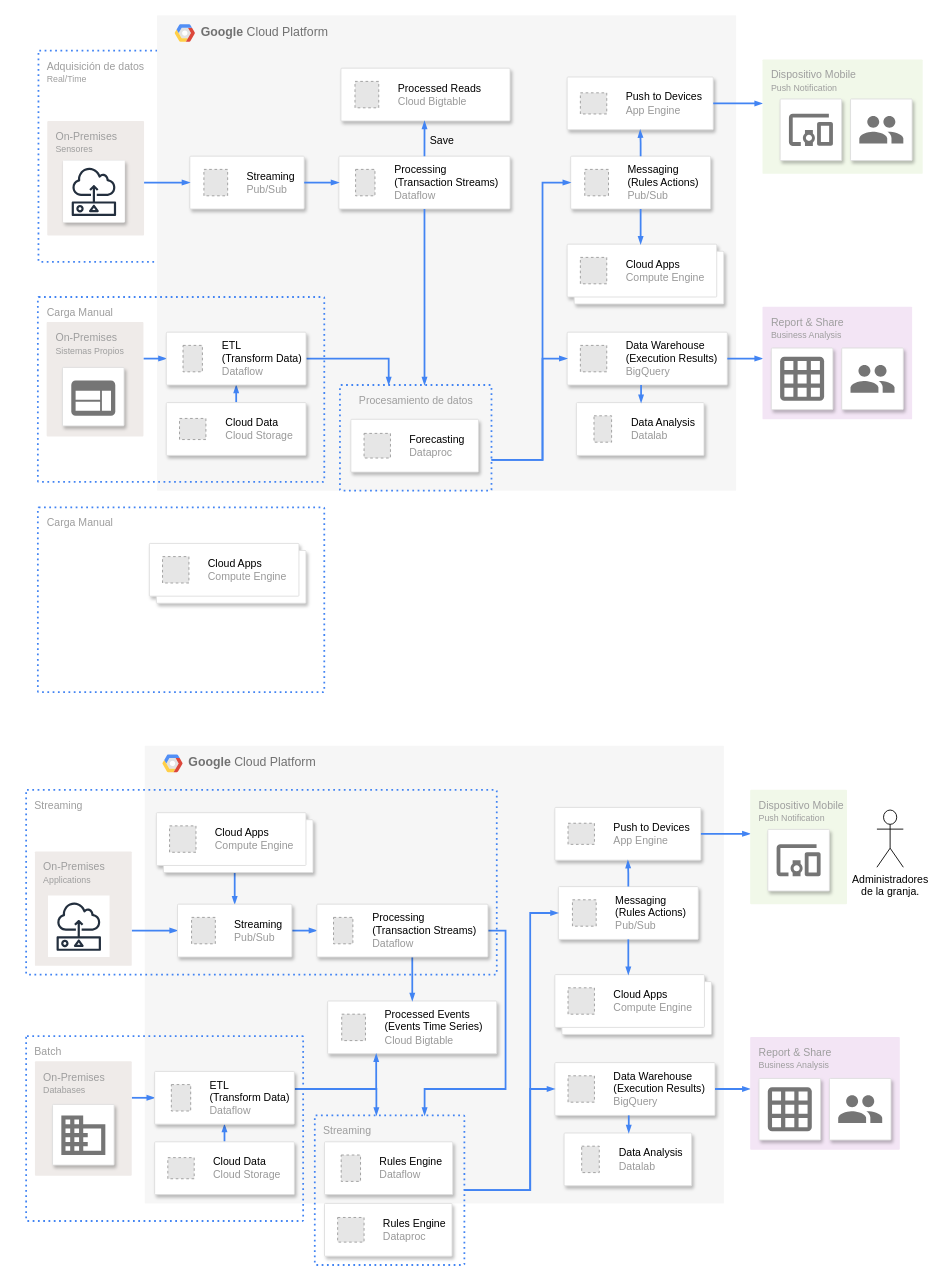
Above: Architecture.drawio in andresRah/agrofarmpi-site (draw.io), before the change. Source tidied: cells renumbered, new cells numbered last; positions are measured from the earlier drawing's top-left corner, leaving out a move shared by most shapes. Both pictures are drawn from the tidied source at 88%, with x=0, y=0 at pixel (26, 15). Pictures stored in the file or linked from it are replaced by grey dashed boxes.
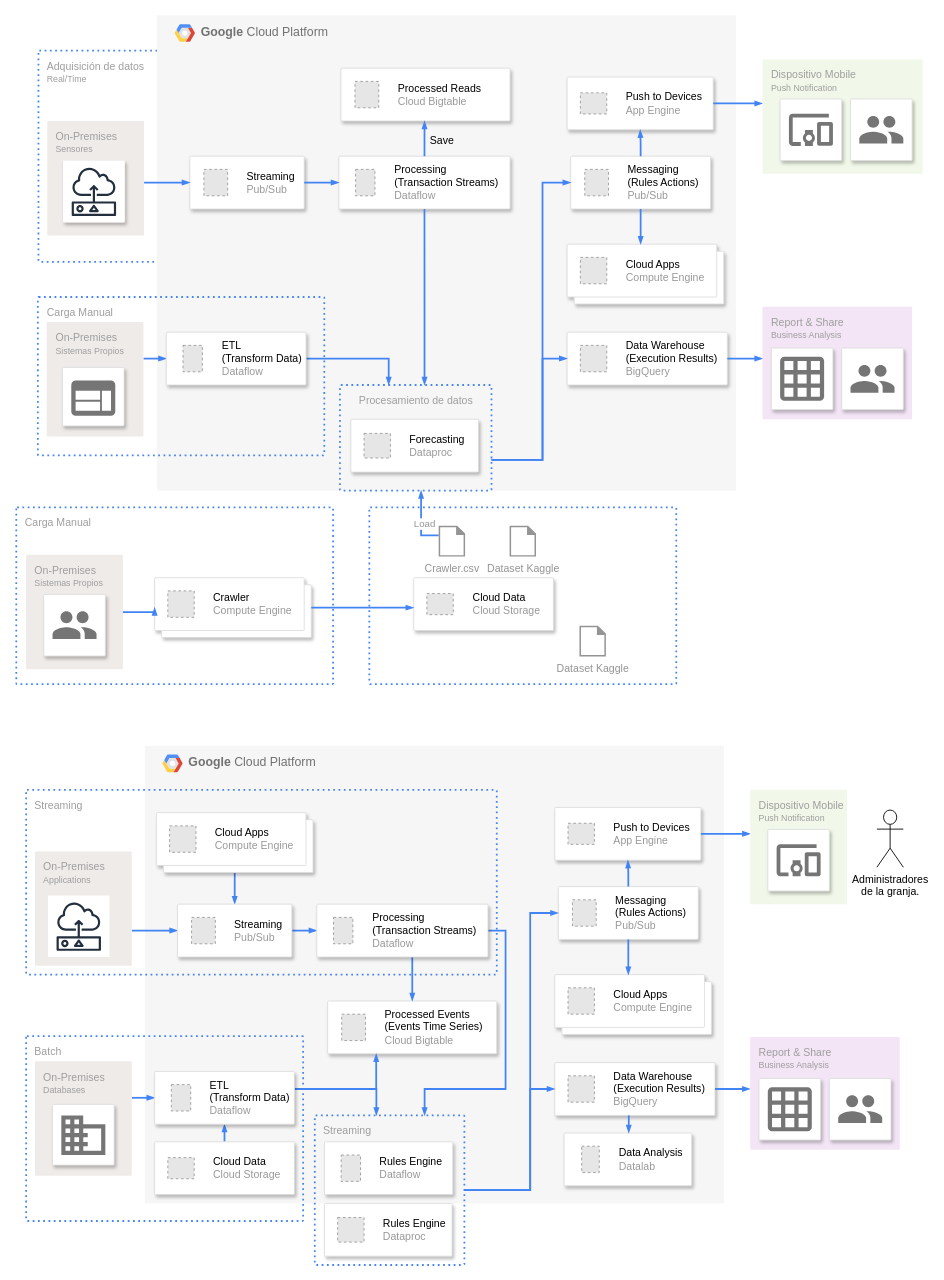
The same page after the edit.

Unchanged cells that the change refers to:
```xml
<mxCell id="4" value="&lt;b&gt;Google &lt;/b&gt;Cloud Platform" style="fillColor=#F6F6F6;strokeColor=none;shadow=0;gradientColor=none;fontSize=14;align=left;spacing=10;fontColor=#717171;9E9E9E;verticalAlign=top;spacingTop=-4;fontStyle=0;spacingLeft=40;html=1;" parent="1" vertex="1">
  <mxGeometry x="149" width="658" height="540" as="geometry" />
</mxCell>
<mxCell id="16" style="strokeColor=#dddddd;shadow=1;strokeWidth=1;rounded=1;absoluteArcSize=1;arcSize=2;" parent="4" vertex="1">
  <mxGeometry x="466" y="360" width="182" height="60" as="geometry" />
</mxCell>
<mxCell id="53" style="strokeColor=#dddddd;shadow=1;strokeWidth=1;rounded=1;absoluteArcSize=1;arcSize=2;" parent="1" vertex="1">
  <mxGeometry x="159.5" y="360" width="158.8" height="60" as="geometry" />
</mxCell>
```

The edit, as a diff of the source:
```diff
@@
+    <mxCell id="125" style="rounded=1;absoluteArcSize=1;arcSize=2;html=1;strokeColor=#4284F3;gradientColor=none;shadow=0;dashed=1;fontSize=12;fontColor=#9E9E9E;align=left;verticalAlign=top;spacing=10;spacingTop=-4;fillColor=none;dashPattern=1 2;strokeWidth=2;" parent="1" vertex="1">
+      <mxGeometry x="390.2" y="559" width="348.8" height="201" as="geometry" />
+    </mxCell>
     <mxCell id="2" value="Carga Manual" style="rounded=1;absoluteArcSize=1;arcSize=2;html=1;strokeColor=#4284F3;gradientColor=none;shadow=0;dashed=1;fontSize=12;fontColor=#9E9E9E;align=left;verticalAlign=top;spacing=10;spacingTop=-4;fillColor=none;dashPattern=1 2;strokeWidth=2;" parent="1" vertex="1">
-      <mxGeometry x="13.5" y="559" width="325.5" height="210" as="geometry" />
+      <mxGeometry x="-11" y="559" width="360" height="201" as="geometry" />
     </mxCell>
@@
-    <mxCell id="18" style="strokeColor=#dddddd;shadow=1;strokeWidth=1;rounded=1;absoluteArcSize=1;arcSize=2;" parent="4" vertex="1">
-      <mxGeometry x="476.5" y="440" width="145" height="60" as="geometry" />
-    </mxCell>
-    <mxCell id="19" value="&lt;font color=&quot;#000000&quot;&gt;Data Analysis&lt;/font&gt;&lt;br&gt;Datalab" style="fillColor=#E6E6E6;strokeColor=#999999;dashed=1;html=1;fontColor=#999999;verticalLabelPosition=middle;verticalAlign=middle;labelPosition=right;align=left;spacingLeft=20;" parent="18" vertex="1">
-      <mxGeometry width="20" height="30" relative="1" as="geometry">
-        <mxPoint x="20" y="15" as="offset" />
-      </mxGeometry>
-    </mxCell>
-    <mxCell id="20" style="edgeStyle=orthogonalEdgeStyle;rounded=0;html=1;dashed=0;labelBackgroundColor=none;startArrow=none;startFill=0;startSize=4;endArrow=blockThin;endFill=1;endSize=4;strokeColor=#4284F3;strokeWidth=2;fontSize=12;" parent="4" edge="1" source="16" target="18">
-      <mxGeometry relative="1" as="geometry">
-        <Array as="points">
-          <mxPoint x="550" y="430" />
-          <mxPoint x="550" y="430" />
-        </Array>
-      </mxGeometry>
-    </mxCell>
@@
     <mxCell id="36" value="Carga Manual" style="rounded=1;absoluteArcSize=1;arcSize=2;html=1;strokeColor=#4284F3;gradientColor=none;shadow=0;dashed=1;fontSize=12;fontColor=#9E9E9E;align=left;verticalAlign=top;spacing=10;spacingTop=-4;fillColor=none;dashPattern=1 2;strokeWidth=2;" parent="1" vertex="1">
-      <mxGeometry x="13.5" y="320" width="325.5" height="210" as="geometry" />
+      <mxGeometry x="13.5" y="320" width="325.5" height="180" as="geometry" />
     </mxCell>
@@
-    <mxCell id="40" style="edgeStyle=orthogonalEdgeStyle;rounded=0;html=1;dashed=0;labelBackgroundColor=none;startArrow=none;startFill=0;startSize=4;endArrow=blockThin;endFill=1;endSize=4;strokeColor=#4284F3;strokeWidth=2;fontSize=12;" parent="1" edge="1" source="51" target="53">
-      <mxGeometry relative="1" as="geometry" />
+    <mxCell id="40" style="edgeStyle=orthogonalEdgeStyle;rounded=0;html=1;dashed=0;labelBackgroundColor=none;startArrow=none;startFill=0;startSize=4;endArrow=blockThin;endFill=1;endSize=4;strokeColor=#4284F3;strokeWidth=2;fontSize=12;" parent="1" edge="1" source="134">
+      <mxGeometry relative="1" as="geometry">
+        <mxPoint x="449" y="540" as="targetPoint" />
+        <Array as="points">
+          <mxPoint x="449" y="591" />
+          <mxPoint x="449" y="540" />
+        </Array>
+      </mxGeometry>
     </mxCell>
+    <mxCell id="126" value="&lt;font color=&quot;#959595&quot;&gt;Load&lt;/font&gt;" style="edgeLabel;html=1;align=center;verticalAlign=middle;" parent="40" vertex="1">
+      <mxGeometry x="-0.05" y="-2" relative="1" as="geometry">
+        <mxPoint x="1" as="offset" />
+      </mxGeometry>
+    </mxCell>
@@
-    <mxCell id="51" style="strokeColor=#dddddd;shadow=1;strokeWidth=1;rounded=1;absoluteArcSize=1;arcSize=2;" parent="1" vertex="1">
-      <mxGeometry x="159.5" y="440" width="158.8" height="60" as="geometry" />
-    </mxCell>
-    <mxCell id="52" value="&lt;font color=&quot;#000000&quot;&gt;Cloud Data&lt;/font&gt;&lt;br&gt;Cloud Storage" style="fillColor=#E6E6E6;strokeColor=#999999;dashed=1;html=1;fontColor=#999999;verticalLabelPosition=middle;verticalAlign=middle;labelPosition=right;align=left;spacingLeft=20;" parent="51" vertex="1">
-      <mxGeometry width="30" height="24" relative="1" as="geometry">
-        <mxPoint x="15" y="18" as="offset" />
-      </mxGeometry>
-    </mxCell>
@@
     <mxCell id="123" style="shape=mxgraph.gcp2.doubleRect;strokeColor=#dddddd;shadow=1;strokeWidth=1;rounded=1;absoluteArcSize=1;arcSize=2;" parent="1" vertex="1">
-      <mxGeometry x="140.2" y="600" width="178" height="68" as="geometry" />
+      <mxGeometry x="146.2" y="639" width="178" height="68" as="geometry" />
     </mxCell>
-    <mxCell id="124" value="&lt;font color=&quot;#000000&quot;&gt;Cloud Apps&lt;/font&gt;&lt;br&gt;Compute Engine" style="fillColor=#E6E6E6;strokeColor=#999999;dashed=1;html=1;fontColor=#999999;verticalLabelPosition=middle;verticalAlign=middle;labelPosition=right;align=left;spacingLeft=20;" parent="123" vertex="1">
+    <mxCell id="124" value="&lt;font color=&quot;#000000&quot;&gt;Crawler&lt;/font&gt;&lt;br&gt;Compute Engine" style="fillColor=#E6E6E6;strokeColor=#999999;dashed=1;html=1;fontColor=#999999;verticalLabelPosition=middle;verticalAlign=middle;labelPosition=right;align=left;spacingLeft=20;" parent="123" vertex="1">
       <mxGeometry width="30" height="30" relative="1" as="geometry">
         <mxPoint x="15" y="15" as="offset" />
       </mxGeometry>
     </mxCell>
+    <mxCell id="51" style="strokeColor=#dddddd;shadow=1;strokeWidth=1;rounded=1;absoluteArcSize=1;arcSize=2;" parent="1" vertex="1">
+      <mxGeometry x="440.6" y="639" width="158.8" height="60" as="geometry" />
+    </mxCell>
+    <mxCell id="52" value="&lt;font color=&quot;#000000&quot;&gt;Cloud Data&lt;/font&gt;&lt;br&gt;Cloud Storage" style="fillColor=#E6E6E6;strokeColor=#999999;dashed=1;html=1;fontColor=#999999;verticalLabelPosition=middle;verticalAlign=middle;labelPosition=right;align=left;spacingLeft=20;" parent="51" vertex="1">
+      <mxGeometry width="30" height="24" relative="1" as="geometry">
+        <mxPoint x="15" y="18" as="offset" />
+      </mxGeometry>
+    </mxCell>
+    <mxCell id="127" style="group;" parent="1" vertex="1">
+      <mxGeometry x="0.2" y="608" width="110" height="130" as="geometry" />
+    </mxCell>
+    <mxCell id="128" value="On-Premises&lt;br&gt;&lt;font style=&quot;font-size: 10px&quot;&gt;Sistemas Propios&lt;/font&gt;" style="rounded=1;absoluteArcSize=1;arcSize=2;html=1;strokeColor=none;gradientColor=none;shadow=0;dashed=0;fontSize=12;fontColor=#9E9E9E;align=left;verticalAlign=top;spacing=10;spacingTop=-4;fillColor=#EFEBE9;" parent="127" vertex="1">
+      <mxGeometry y="5" width="110" height="130" as="geometry" />
+    </mxCell>
+    <mxCell id="129" style="strokeColor=#dddddd;fillColor=#ffffff;shadow=1;strokeWidth=1;rounded=1;absoluteArcSize=1;arcSize=2;labelPosition=center;verticalLabelPosition=middle;align=center;verticalAlign=bottom;spacingLeft=0;fontColor=#999999;fontSize=12;whiteSpace=wrap;spacingBottom=2;html=1;" parent="127" vertex="1">
+      <mxGeometry x="20" y="50" width="70" height="70" as="geometry" />
+    </mxCell>
+    <mxCell id="130" style="dashed=0;html=1;fillColor=#757575;strokeColor=none;shape=mxgraph.gcp2.users;" parent="129" vertex="1">
+      <mxGeometry x="0.5" width="50" height="31.5" relative="1" as="geometry">
+        <mxPoint x="-25" y="19.2" as="offset" />
+      </mxGeometry>
+    </mxCell>
+    <mxCell id="131" style="edgeStyle=orthogonalEdgeStyle;rounded=0;html=1;dashed=0;labelBackgroundColor=none;startArrow=none;startFill=0;startSize=4;endArrow=blockThin;endFill=1;endSize=4;strokeColor=#4284F3;strokeWidth=2;fontSize=12;entryX=0;entryY=0.5;entryDx=0;entryDy=0;" parent="1" edge="1" source="128" target="123">
+      <mxGeometry relative="1" as="geometry">
+        <Array as="points">
+          <mxPoint x="146" y="678" />
+        </Array>
+      </mxGeometry>
+    </mxCell>
+    <mxCell id="132" style="edgeStyle=orthogonalEdgeStyle;rounded=0;html=1;dashed=0;labelBackgroundColor=none;startArrow=none;startFill=0;startSize=4;endArrow=blockThin;endFill=1;endSize=4;strokeColor=#4284F3;strokeWidth=2;fontSize=12;exitX=1;exitY=0.5;exitDx=0;exitDy=0;" parent="1" edge="1" source="123" target="51">
+      <mxGeometry relative="1" as="geometry">
+        <Array as="points">
+          <mxPoint x="359" y="673" />
+          <mxPoint x="359" y="673" />
+        </Array>
+      </mxGeometry>
+    </mxCell>
+    <mxCell id="133" value="&lt;font color=&quot;#949494&quot;&gt;Dataset Kaggle&lt;/font&gt;" style="sketch=0;shadow=0;dashed=0;html=1;strokeColor=none;fillColor=#949494;labelPosition=center;verticalLabelPosition=bottom;verticalAlign=top;align=center;shape=mxgraph.office.concepts.document_blank;" parent="1" vertex="1">
+      <mxGeometry x="549.6" y="580" width="30" height="35" as="geometry" />
+    </mxCell>
+    <mxCell id="134" value="&lt;font color=&quot;#949494&quot;&gt;Crawler.csv&lt;/font&gt;" style="sketch=0;shadow=0;dashed=0;html=1;strokeColor=none;fillColor=#949494;labelPosition=center;verticalLabelPosition=bottom;verticalAlign=top;outlineConnect=0;align=center;shape=mxgraph.office.concepts.document_blank;" parent="1" vertex="1">
+      <mxGeometry x="469" y="580" width="30" height="35" as="geometry" />
+    </mxCell>
+    <mxCell id="135" value="&lt;font color=&quot;#949494&quot;&gt;Dataset Kaggle&lt;/font&gt;" style="sketch=0;shadow=0;dashed=0;html=1;strokeColor=none;fillColor=#949494;labelPosition=center;verticalLabelPosition=bottom;verticalAlign=top;align=center;shape=mxgraph.office.concepts.document_blank;" parent="1" vertex="1">
+      <mxGeometry x="629" y="693.5" width="30" height="35" as="geometry" />
+    </mxCell>
```
